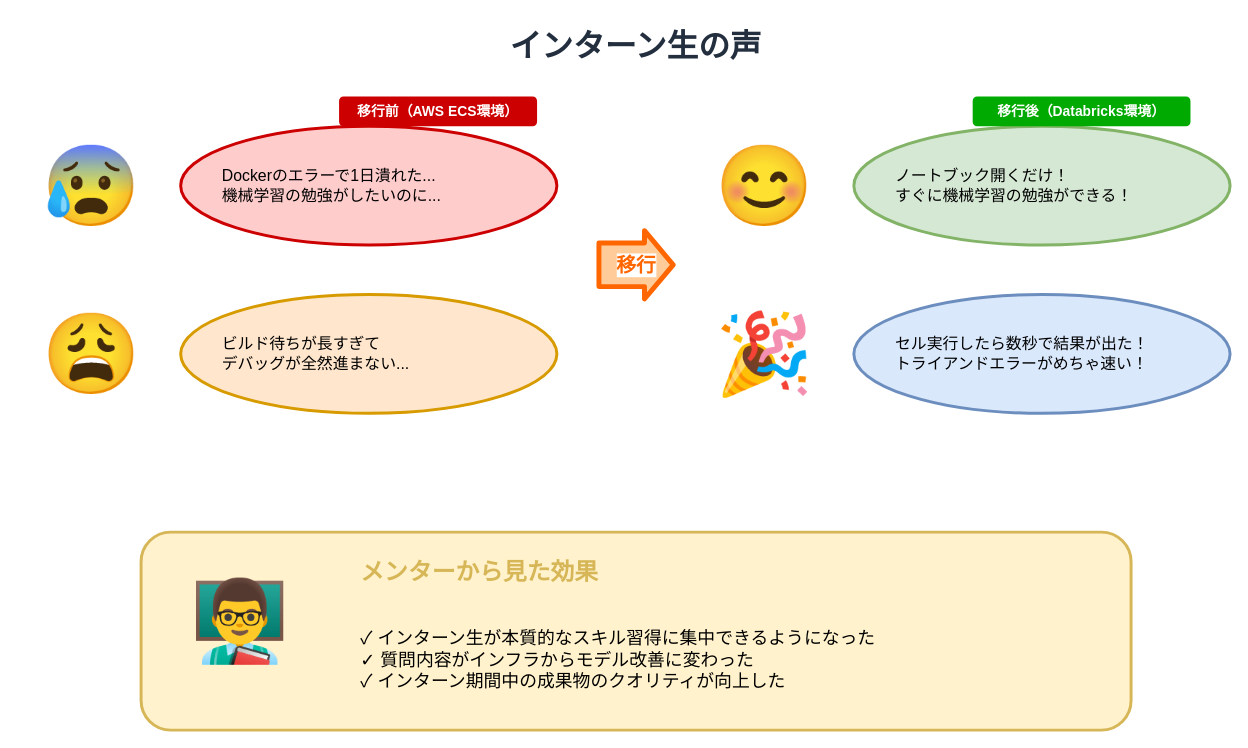
This is assets/2025-11-07-tamesare-data-sapporo/intern-voice.drawio from i9wa4/i9wa4.github.io, a draw.io file, before an edit. Source tidied: cells renumbered, new cells numbered last; positions are measured from the earlier drawing's top-left corner, leaving out a move shared by most shapes. Both pictures are drawn from the tidied source at 99%, with x=0, y=0 at pixel (42, 17).
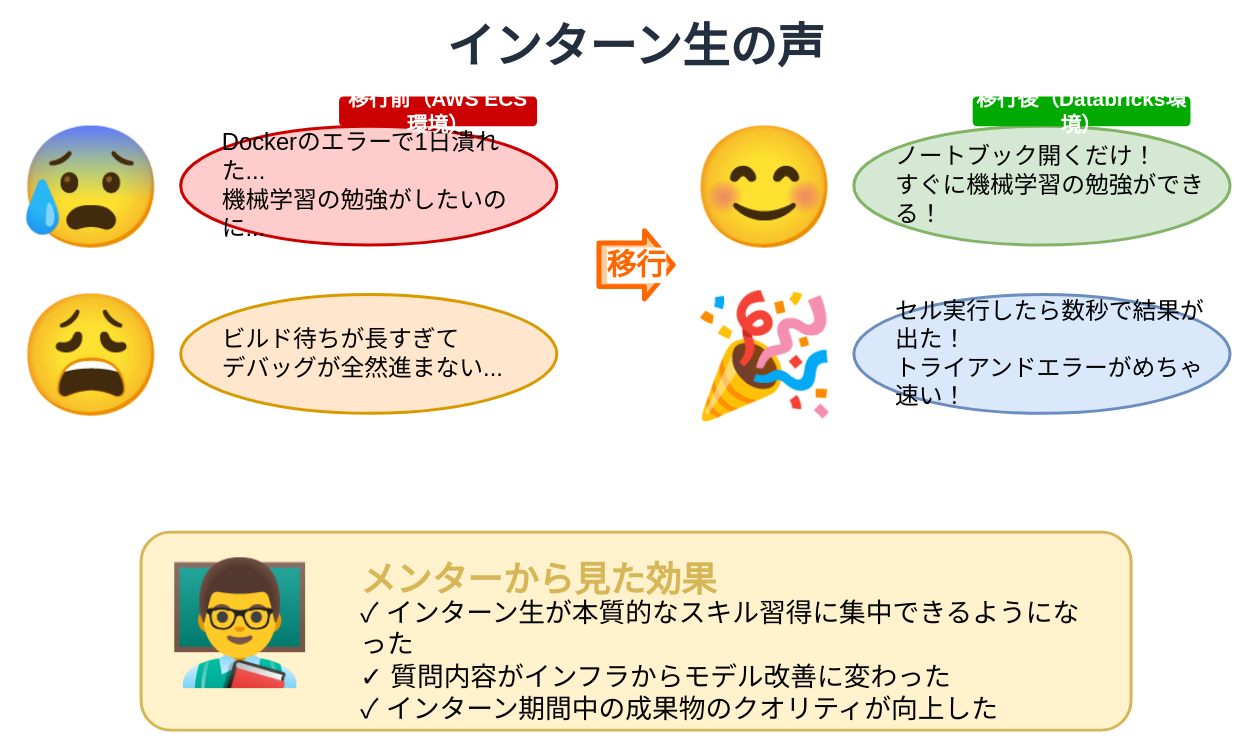
Above is the later version.

Diff of the diagram source:
```diff
@@
-<mxGraphModel background="#ffffff">
+<mxGraphModel>
@@
-    <mxCell id="2" value="インターン生の声" style="text;html=1;strokeColor=none;fillColor=none;align=center;verticalAlign=middle;whiteSpace=wrap;rounded=0;fontSize=32;fontStyle=1;fontColor=#232F3E;" parent="1" vertex="1">
+    <mxCell id="2" value="インターン生の声" style="text;html=1;strokeColor=none;fillColor=none;align=center;verticalAlign=middle;whiteSpace=wrap;rounded=0;fontSize=48;fontStyle=1;fontColor=#232F3E;" parent="1" vertex="1">
       <mxGeometry x="300" width="600" height="60" as="geometry" />
     </mxCell>
-    <mxCell id="3" value="😰" style="text;html=1;strokeColor=none;fillColor=none;align=center;verticalAlign=middle;whiteSpace=wrap;rounded=0;fontSize=80;" parent="1" vertex="1">
+    <mxCell id="3" value="😰" style="text;html=1;strokeColor=none;fillColor=none;align=center;verticalAlign=middle;whiteSpace=wrap;rounded=0;fontSize=120;" parent="1" vertex="1">
       <mxGeometry y="120" width="100" height="100" as="geometry" />
     </mxCell>
@@
-    <mxCell id="5" value="Dockerのエラーで1日潰れた...&lt;br&gt;機械学習の勉強がしたいのに..." style="text;html=1;strokeColor=none;fillColor=none;align=left;verticalAlign=middle;whiteSpace=wrap;rounded=0;fontSize=16;spacingLeft=20;" parent="1" vertex="1">
+    <mxCell id="5" value="Dockerのエラーで1日潰れた...&lt;br&gt;機械学習の勉強がしたいのに..." style="text;html=1;strokeColor=none;fillColor=none;align=left;verticalAlign=middle;whiteSpace=wrap;rounded=0;fontSize=24;spacingLeft=20;" parent="1" vertex="1">
       <mxGeometry x="160" y="135" width="340" height="70" as="geometry" />
     </mxCell>
-    <mxCell id="6" value="移行前（AWS ECS環境）" style="rounded=1;whiteSpace=wrap;html=1;fillColor=#CC0000;strokeColor=none;fontSize=14;fontStyle=1;fontColor=#ffffff;" parent="1" vertex="1">
+    <mxCell id="6" value="移行前（AWS ECS環境）" style="rounded=1;whiteSpace=wrap;html=1;fillColor=#CC0000;strokeColor=none;fontSize=21;fontStyle=1;fontColor=#ffffff;" parent="1" vertex="1">
       <mxGeometry x="300" y="80" width="200" height="30" as="geometry" />
     </mxCell>
-    <mxCell id="7" value="😩" style="text;html=1;strokeColor=none;fillColor=none;align=center;verticalAlign=middle;whiteSpace=wrap;rounded=0;fontSize=80;" parent="1" vertex="1">
+    <mxCell id="7" value="😩" style="text;html=1;strokeColor=none;fillColor=none;align=center;verticalAlign=middle;whiteSpace=wrap;rounded=0;fontSize=120;" parent="1" vertex="1">
       <mxGeometry y="290" width="100" height="100" as="geometry" />
     </mxCell>
@@
-    <mxCell id="9" value="ビルド待ちが長すぎて&lt;br&gt;デバッグが全然進まない..." style="text;html=1;strokeColor=none;fillColor=none;align=left;verticalAlign=middle;whiteSpace=wrap;rounded=0;fontSize=16;spacingLeft=20;" parent="1" vertex="1">
+    <mxCell id="9" value="ビルド待ちが長すぎて&lt;br&gt;デバッグが全然進まない..." style="text;html=1;strokeColor=none;fillColor=none;align=left;verticalAlign=middle;whiteSpace=wrap;rounded=0;fontSize=24;spacingLeft=20;" parent="1" vertex="1">
       <mxGeometry x="160" y="305" width="340" height="70" as="geometry" />
     </mxCell>
-    <mxCell id="10" value="😊" style="text;html=1;strokeColor=none;fillColor=none;align=center;verticalAlign=middle;whiteSpace=wrap;rounded=0;fontSize=80;" parent="1" vertex="1">
+    <mxCell id="10" value="😊" style="text;html=1;strokeColor=none;fillColor=none;align=center;verticalAlign=middle;whiteSpace=wrap;rounded=0;fontSize=120;" parent="1" vertex="1">
       <mxGeometry x="680" y="120" width="100" height="100" as="geometry" />
     </mxCell>
@@
-    <mxCell id="12" value="ノートブック開くだけ！&lt;br&gt;すぐに機械学習の勉強ができる！" style="text;html=1;strokeColor=none;fillColor=none;align=left;verticalAlign=middle;whiteSpace=wrap;rounded=0;fontSize=16;spacingLeft=20;" parent="1" vertex="1">
+    <mxCell id="12" value="ノートブック開くだけ！&lt;br&gt;すぐに機械学習の勉強ができる！" style="text;html=1;strokeColor=none;fillColor=none;align=left;verticalAlign=middle;whiteSpace=wrap;rounded=0;fontSize=24;spacingLeft=20;" parent="1" vertex="1">
       <mxGeometry x="840" y="135" width="340" height="70" as="geometry" />
     </mxCell>
-    <mxCell id="13" value="移行後（Databricks環境）" style="rounded=1;whiteSpace=wrap;html=1;fillColor=#00AA00;strokeColor=none;fontSize=14;fontStyle=1;fontColor=#ffffff;" parent="1" vertex="1">
+    <mxCell id="13" value="移行後（Databricks環境）" style="rounded=1;whiteSpace=wrap;html=1;fillColor=#00AA00;strokeColor=none;fontSize=21;fontStyle=1;fontColor=#ffffff;" parent="1" vertex="1">
       <mxGeometry x="940" y="80" width="220" height="30" as="geometry" />
     </mxCell>
-    <mxCell id="14" value="🎉" style="text;html=1;strokeColor=none;fillColor=none;align=center;verticalAlign=middle;whiteSpace=wrap;rounded=0;fontSize=80;" parent="1" vertex="1">
+    <mxCell id="14" value="🎉" style="text;html=1;strokeColor=none;fillColor=none;align=center;verticalAlign=middle;whiteSpace=wrap;rounded=0;fontSize=120;" parent="1" vertex="1">
       <mxGeometry x="680" y="290" width="100" height="100" as="geometry" />
     </mxCell>
@@
-    <mxCell id="16" value="セル実行したら数秒で結果が出た！&lt;br&gt;トライアンドエラーがめちゃ速い！" style="text;html=1;strokeColor=none;fillColor=none;align=left;verticalAlign=middle;whiteSpace=wrap;rounded=0;fontSize=16;spacingLeft=20;" parent="1" vertex="1">
+    <mxCell id="16" value="セル実行したら数秒で結果が出た！&lt;br&gt;トライアンドエラーがめちゃ速い！" style="text;html=1;strokeColor=none;fillColor=none;align=left;verticalAlign=middle;whiteSpace=wrap;rounded=0;fontSize=24;spacingLeft=20;" parent="1" vertex="1">
       <mxGeometry x="840" y="305" width="340" height="70" as="geometry" />
     </mxCell>
@@
-    <mxCell id="18" value="👨‍🏫" style="text;html=1;strokeColor=none;fillColor=none;align=center;verticalAlign=middle;whiteSpace=wrap;rounded=0;fontSize=80;" parent="1" vertex="1">
+    <mxCell id="18" value="👨‍🏫" style="text;html=1;strokeColor=none;fillColor=none;align=center;verticalAlign=middle;whiteSpace=wrap;rounded=0;fontSize=120;" parent="1" vertex="1">
       <mxGeometry x="140" y="560" width="120" height="100" as="geometry" />
     </mxCell>
-    <mxCell id="19" value="メンターから見た効果" style="text;html=1;strokeColor=none;fillColor=none;align=left;verticalAlign=top;whiteSpace=wrap;rounded=0;fontSize=24;fontStyle=1;fontColor=#d6b656;spacingLeft=20;" parent="1" vertex="1">
+    <mxCell id="19" value="メンターから見た効果" style="text;html=1;strokeColor=none;fillColor=none;align=left;verticalAlign=top;whiteSpace=wrap;rounded=0;fontSize=36;fontStyle=1;fontColor=#d6b656;spacingLeft=20;" parent="1" vertex="1">
       <mxGeometry x="300" y="540" width="760" height="40" as="geometry" />
     </mxCell>
-    <mxCell id="20" value="✓ インターン生が本質的なスキル習得に集中できるようになった&lt;br&gt;✓ 質問内容がインフラからモデル改善に変わった&lt;br&gt;✓ インターン期間中の成果物のクオリティが向上した" style="text;html=1;strokeColor=none;fillColor=none;align=left;verticalAlign=middle;whiteSpace=wrap;rounded=0;fontSize=18;spacingLeft=20;" parent="1" vertex="1">
+    <mxCell id="20" value="✓ インターン生が本質的なスキル習得に集中できるようになった&lt;br&gt;✓ 質問内容がインフラからモデル改善に変わった&lt;br&gt;✓ インターン期間中の成果物のクオリティが向上した" style="text;html=1;strokeColor=none;fillColor=none;align=left;verticalAlign=middle;whiteSpace=wrap;rounded=0;fontSize=27;spacingLeft=20;" parent="1" vertex="1">
       <mxGeometry x="300" y="600" width="760" height="100" as="geometry" />
     </mxCell>
-    <mxCell id="21" value="移行" style="shape=flexArrow;endArrow=classic;html=1;strokeWidth=5;fillColor=#ffcc99;strokeColor=#FF6600;width=40;endSize=8;fontSize=20;fontStyle=1;fontColor=#FF6600;" parent="1" edge="1">
+    <mxCell id="21" value="移行" style="shape=flexArrow;endArrow=classic;html=1;strokeWidth=5;fillColor=#ffcc99;strokeColor=#FF6600;width=40;endSize=8;fontSize=30;fontStyle=1;fontColor=#FF6600;" parent="1" edge="1">
       <mxGeometry relative="1" as="geometry">
         <mxPoint x="560" y="250" as="sourcePoint" />
         <mxPoint x="640" y="250" as="targetPoint" />
       </mxGeometry>
     </mxCell>
```
